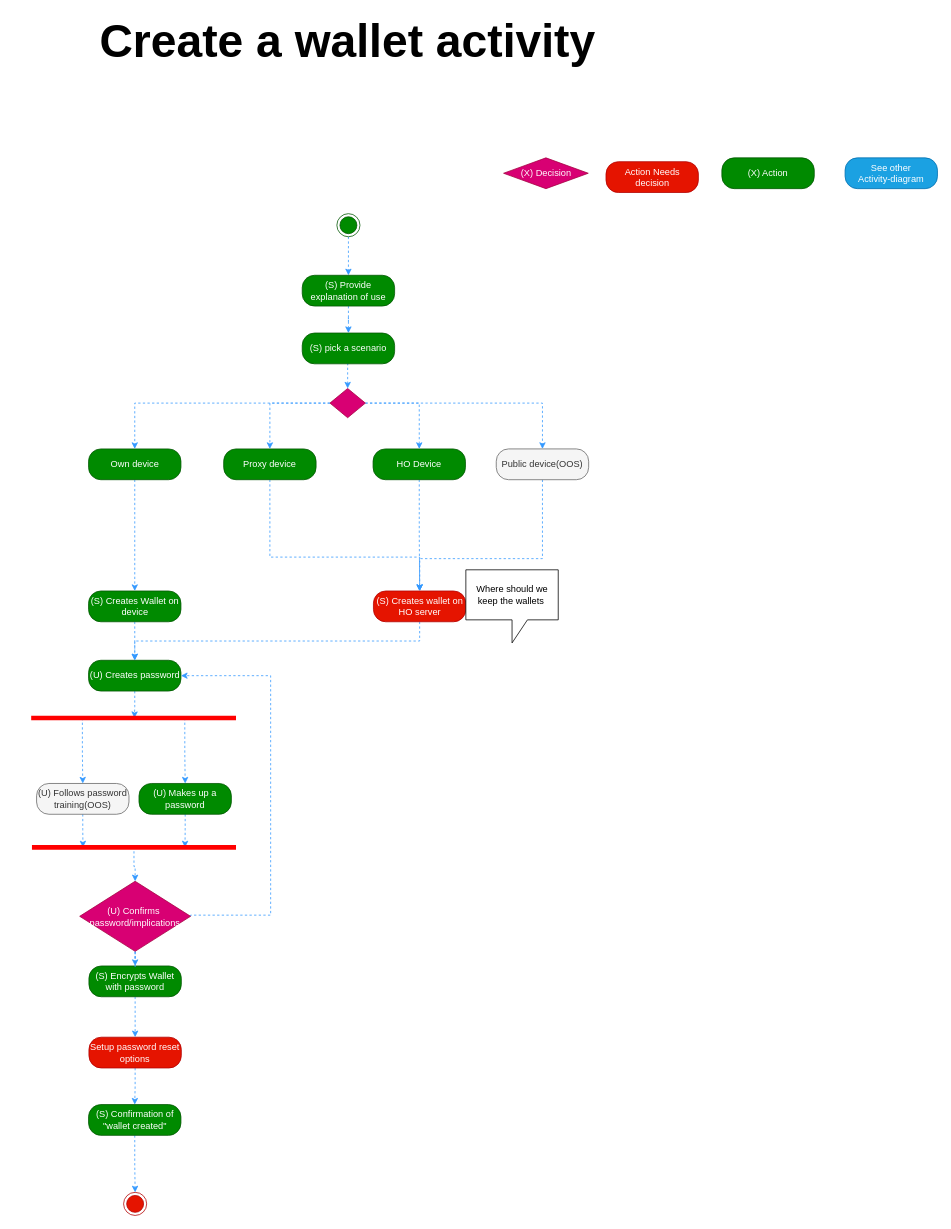
Earlier version of the draw.io diagram Activity Diagrams/Create a wallet activity.drawio (nsward/diagrams). Source tidied: cells renumbered, new cells numbered last; positions are measured from the earlier drawing's top-left corner, leaving out a move shared by most shapes. Both pictures are drawn from the tidied source at 77%, with x=0, y=0 at pixel (13, 33).
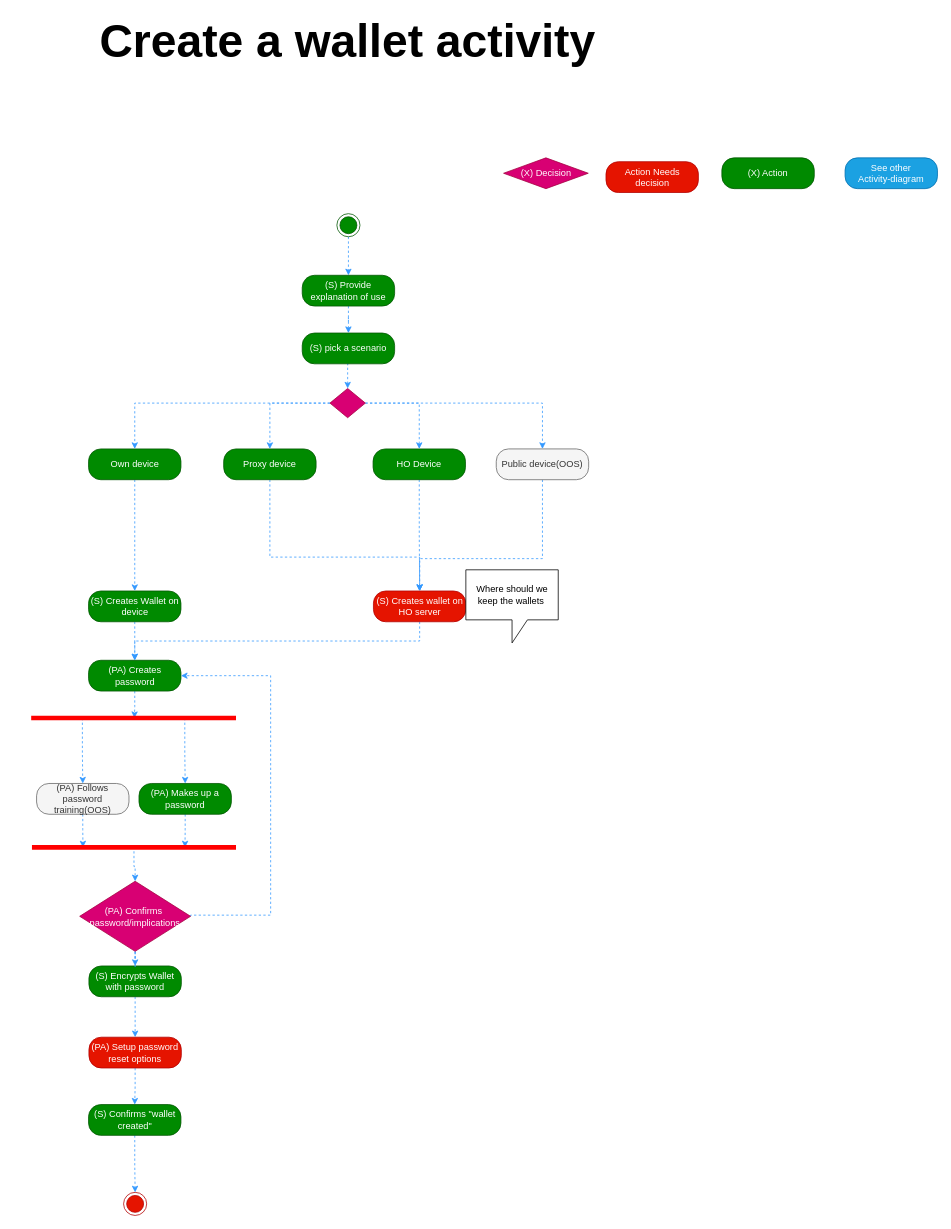
After the change.

Diff of the diagram source:
```diff
@@
-    <mxCell id="9" value="(U) Creates password" style="rounded=1;whiteSpace=wrap;html=1;arcSize=40;fillColor=#008a00;strokeColor=#005700;fontColor=#ffffff;" parent="1" vertex="1">
+    <mxCell id="9" value="(PA) Creates password" style="rounded=1;whiteSpace=wrap;html=1;arcSize=40;fillColor=#008a00;strokeColor=#005700;fontColor=#ffffff;" parent="1" vertex="1">
       <mxGeometry x="97.5" y="814" width="120" height="40" as="geometry" />
     </mxCell>
@@
-    <mxCell id="18" value="(U) Follows password training(OOS)" style="rounded=1;whiteSpace=wrap;html=1;arcSize=40;fillColor=#f5f5f5;strokeColor=#666666;fontColor=#333333;" parent="1" vertex="1">
+    <mxCell id="18" value="(PA) Follows password training(OOS)" style="rounded=1;whiteSpace=wrap;html=1;arcSize=40;fillColor=#f5f5f5;strokeColor=#666666;fontColor=#333333;" parent="1" vertex="1">
       <mxGeometry x="30" y="974" width="120" height="40" as="geometry" />
     </mxCell>
@@
-    <mxCell id="20" value="(U) Makes up a password" style="rounded=1;whiteSpace=wrap;html=1;arcSize=40;fillColor=#008a00;strokeColor=#005700;fontColor=#ffffff;" parent="1" vertex="1">
+    <mxCell id="20" value="(PA) Makes up a password" style="rounded=1;whiteSpace=wrap;html=1;arcSize=40;fillColor=#008a00;strokeColor=#005700;fontColor=#ffffff;" parent="1" vertex="1">
       <mxGeometry x="163" y="974" width="120" height="40" as="geometry" />
     </mxCell>
@@
-    <mxCell id="26" value="(S) Confirmation of &quot;wallet created&quot;&lt;br&gt;" style="rounded=1;whiteSpace=wrap;html=1;arcSize=40;fillColor=#008a00;strokeColor=#005700;fontColor=#ffffff;" parent="1" vertex="1">
+    <mxCell id="26" value="(S) Confirms &quot;wallet created&quot;&lt;br&gt;" style="rounded=1;whiteSpace=wrap;html=1;arcSize=40;fillColor=#008a00;strokeColor=#005700;fontColor=#ffffff;" parent="1" vertex="1">
       <mxGeometry x="97.5" y="1391" width="120" height="40" as="geometry" />
     </mxCell>
@@
-    <mxCell id="29" value="(U) Confirms&amp;nbsp; password/implications" style="rhombus;whiteSpace=wrap;html=1;fillColor=#d80073;strokeColor=#A50040;fontColor=#ffffff;" parent="1" vertex="1">
+    <mxCell id="29" value="(PA) Confirms&amp;nbsp; password/implications" style="rhombus;whiteSpace=wrap;html=1;fillColor=#d80073;strokeColor=#A50040;fontColor=#ffffff;" parent="1" vertex="1">
       <mxGeometry x="86" y="1101" width="144" height="91" as="geometry" />
     </mxCell>
@@
-    <mxCell id="49" value="Setup password reset options" style="rounded=1;whiteSpace=wrap;html=1;arcSize=40;fillColor=#e51400;strokeColor=#B20000;fontColor=#ffffff;" parent="1" vertex="1">
+    <mxCell id="49" value="(PA) Setup password reset options" style="rounded=1;whiteSpace=wrap;html=1;arcSize=40;fillColor=#e51400;strokeColor=#B20000;fontColor=#ffffff;" parent="1" vertex="1">
       <mxGeometry x="98" y="1303.5" width="120" height="40" as="geometry" />
     </mxCell>
```
